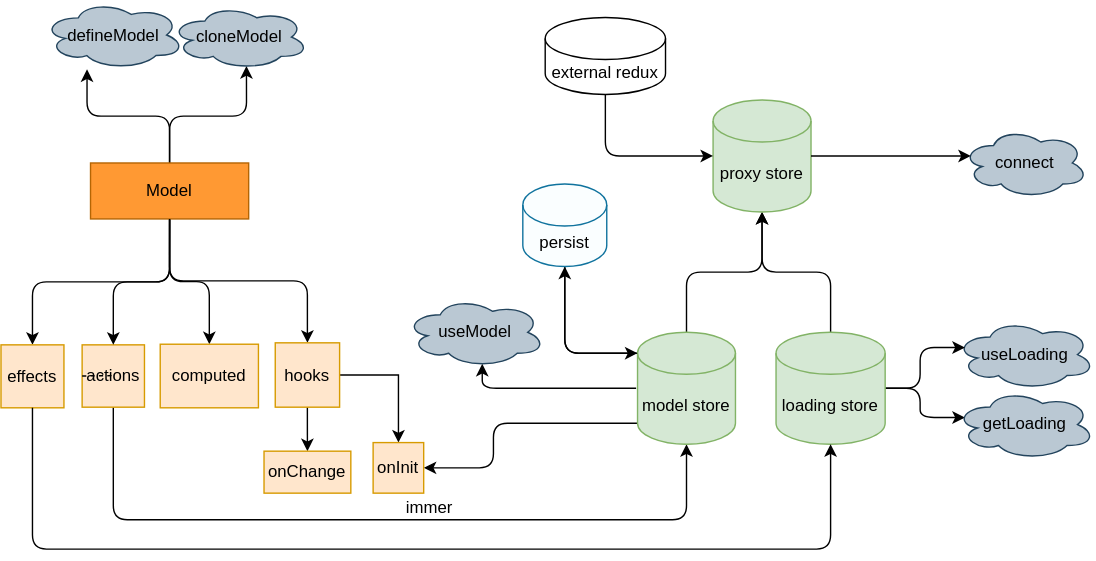
Before: docs/mindMap.svg, a diagram exported from draw.io (foca-js/foca). Source tidied: cells renumbered, new cells last; positions are measured from the earlier drawing's top-left corner, leaving out a move shared by most shapes.
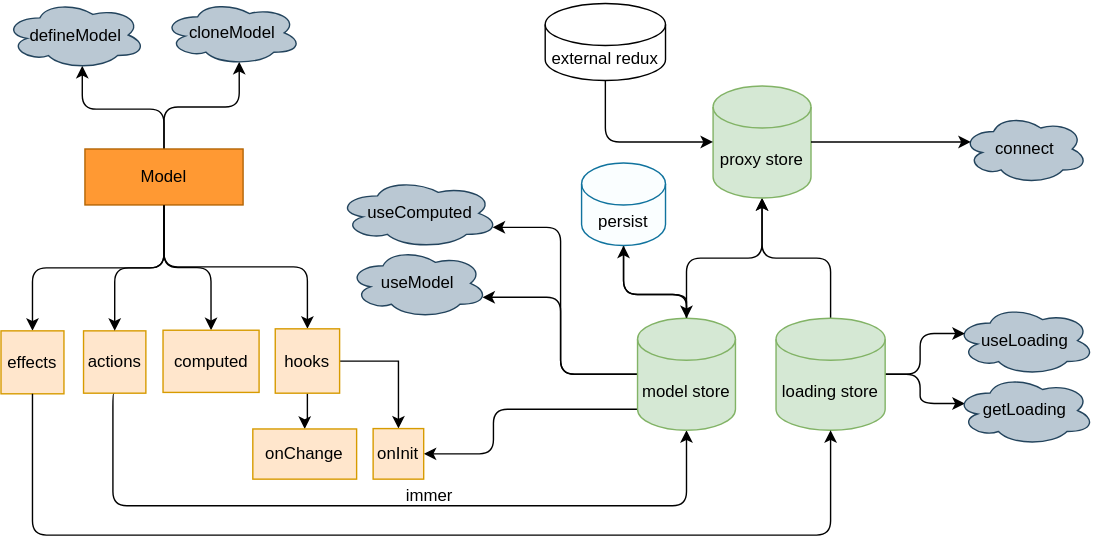
Later version of the same file.

The edit, as a diff of the source:
```diff
@@ -11,12 +11,10 @@
       </mxGeometry>
     </mxCell>
     <mxCell id="3" value="actions" style="whiteSpace=wrap;html=1;fillColor=#ffe6cc;strokeColor=#d79b00;" parent="1" vertex="1">
-      <mxGeometry x="58" y="246" width="44.5" height="44.5" as="geometry" />
+      <mxGeometry x="59" y="246" width="44.5" height="44.5" as="geometry" />
     </mxCell>
-    <mxCell id="4" style="edgeStyle=orthogonalEdgeStyle;rounded=1;jettySize=auto;html=1;exitX=0.5;exitY=0;exitDx=0;exitDy=0;" parent="1" edge="1" source="9">
-      <mxGeometry relative="1" as="geometry">
-        <mxPoint x="61.5" y="49" as="targetPoint" />
-      </mxGeometry>
+    <mxCell id="4" style="edgeStyle=orthogonalEdgeStyle;rounded=1;jettySize=auto;html=1;exitX=0.5;exitY=0;exitDx=0;exitDy=0;entryX=0.55;entryY=0.95;entryDx=0;entryDy=0;entryPerimeter=0;" parent="1" edge="1" source="9" target="32">
+      <mxGeometry relative="1" as="geometry" />
     </mxCell>
     <mxCell id="5" style="edgeStyle=orthogonalEdgeStyle;rounded=1;jettySize=auto;html=1;entryX=0.55;entryY=0.95;entryDx=0;entryDy=0;entryPerimeter=0;" parent="1" edge="1" source="9" target="33">
       <mxGeometry relative="1" as="geometry" />
@@ -31,7 +29,7 @@
       <mxGeometry relative="1" as="geometry" />
     </mxCell>
     <mxCell id="9" value="Model" style="rounded=0;whiteSpace=wrap;html=1;fillColor=#FF9933;strokeColor=#b46504;shadow=0;" parent="1" vertex="1">
-      <mxGeometry x="64" y="116" width="113" height="40" as="geometry" />
+      <mxGeometry x="60" y="116" width="113" height="40" as="geometry" />
     </mxCell>
     <mxCell id="10" value="effects" style="whiteSpace=wrap;html=1;fillColor=#ffe6cc;strokeColor=#d79b00;" parent="1" vertex="1">
       <mxGeometry y="246" width="45" height="45" as="geometry" />
@@ -63,14 +61,6 @@
     <mxCell id="19" value="loading store" style="shape=cylinder3;whiteSpace=wrap;html=1;boundedLbl=1;backgroundOutline=1;size=15;shadow=0;strokeColor=#82b366;fillColor=#d5e8d4;" parent="1" vertex="1">
       <mxGeometry x="554" y="237" width="78" height="80" as="geometry" />
     </mxCell>
-    <mxCell id="20" style="edgeStyle=orthogonalEdgeStyle;rounded=1;jettySize=auto;html=1;entryX=0.55;entryY=0.95;entryDx=0;entryDy=0;entryPerimeter=0;" parent="1" edge="1" target="27">
-      <mxGeometry relative="1" as="geometry">
-        <mxPoint x="454" y="277" as="sourcePoint" />
-        <Array as="points">
-          <mxPoint x="344" y="277" />
-        </Array>
-      </mxGeometry>
-    </mxCell>
     <mxCell id="21" style="edgeStyle=orthogonalEdgeStyle;rounded=1;jettySize=auto;html=1;exitX=0;exitY=1;exitDx=0;exitDy=-15;exitPerimeter=0;entryX=1;entryY=0.5;entryDx=0;entryDy=0;" parent="1" edge="1" source="24" target="30">
       <mxGeometry relative="1" as="geometry">
         <Array as="points">
@@ -79,12 +69,33 @@
         </Array>
       </mxGeometry>
     </mxCell>
-    <mxCell id="22" style="edgeStyle=orthogonalEdgeStyle;rounded=1;jettySize=auto;html=1;entryX=0.5;entryY=1;entryDx=0;entryDy=0;entryPerimeter=0;exitX=0;exitY=0;exitDx=0;exitDy=15;exitPerimeter=0;" parent="1" edge="1" source="24" target="35">
-      <mxGeometry relative="1" as="geometry" />
+    <mxCell id="22" style="edgeStyle=orthogonalEdgeStyle;rounded=1;jettySize=auto;html=1;entryX=0.5;entryY=1;entryDx=0;entryDy=0;entryPerimeter=0;exitX=0.5;exitY=0;exitDx=0;exitDy=0;exitPerimeter=0;" parent="1" edge="1" source="24" target="35">
+      <mxGeometry relative="1" as="geometry">
+        <Array as="points">
+          <mxPoint x="490" y="220" />
+          <mxPoint x="445" y="220" />
+        </Array>
+      </mxGeometry>
     </mxCell>
     <mxCell id="23" style="edgeStyle=orthogonalEdgeStyle;rounded=1;jettySize=auto;html=1;" parent="1" edge="1" source="24" target="25">
       <mxGeometry relative="1" as="geometry" />
     </mxCell>
+    <mxCell id="42" style="edgeStyle=orthogonalEdgeStyle;rounded=1;jettySize=auto;html=1;entryX=0.96;entryY=0.7;entryDx=0;entryDy=0;entryPerimeter=0;" parent="1" edge="1" source="24" target="27">
+      <mxGeometry relative="1" as="geometry">
+        <Array as="points">
+          <mxPoint x="400" y="277" />
+          <mxPoint x="400" y="222" />
+        </Array>
+      </mxGeometry>
+    </mxCell>
+    <mxCell id="43" style="edgeStyle=orthogonalEdgeStyle;rounded=1;jettySize=auto;html=1;entryX=0.96;entryY=0.7;entryDx=0;entryDy=0;entryPerimeter=0;" parent="1" edge="1" source="24" target="44">
+      <mxGeometry relative="1" as="geometry">
+        <Array as="points">
+          <mxPoint x="400" y="277" />
+          <mxPoint x="400" y="172" />
+        </Array>
+      </mxGeometry>
+    </mxCell>
     <mxCell id="24" value="model store" style="shape=cylinder3;whiteSpace=wrap;html=1;boundedLbl=1;backgroundOutline=1;size=15;shadow=0;strokeColor=#82b366;fillColor=#d5e8d4;" parent="1" vertex="1">
       <mxGeometry x="455" y="237" width="70" height="80" as="geometry" />
     </mxCell>
@@ -95,7 +106,7 @@
       <mxGeometry x="682" y="277.9" width="100" height="50" as="geometry" />
     </mxCell>
     <mxCell id="27" value="useModel" style="ellipse;shape=cloud;whiteSpace=wrap;html=1;shadow=0;strokeColor=#23445d;fillColor=#bac8d3;" parent="1" vertex="1">
-      <mxGeometry x="289" y="212" width="100" height="50" as="geometry" />
+      <mxGeometry x="248.1" y="187" width="100" height="50" as="geometry" />
     </mxCell>
     <mxCell id="28" style="edgeStyle=elbowEdgeStyle;elbow=horizontal;endArrow=classic;html=1;rounded=1;exitX=0.5;exitY=1;exitDx=0;exitDy=0;entryX=0.5;entryY=1;entryDx=0;entryDy=0;entryPerimeter=0;" parent="1" edge="1" source="10" target="19">
       <mxGeometry relative="1" as="geometry">
@@ -110,22 +121,22 @@
     <mxCell id="30" value="onInit" style="whiteSpace=wrap;html=1;fillColor=#ffe6cc;strokeColor=#d79b00;" parent="1" vertex="1">
       <mxGeometry x="266" y="315.9" width="36.1" height="36.1" as="geometry" />
     </mxCell>
-    <mxCell id="31" style="endArrow=none;dashed=1;html=1;rounded=0;fontSize=16;entryX=0;entryY=0.5;entryDx=0;entryDy=0;" parent="1" edge="1" target="3">
-      <mxGeometry relative="1" as="geometry">
-        <mxPoint x="79" y="268" as="sourcePoint" />
-      </mxGeometry>
-    </mxCell>
     <mxCell id="32" value="defineModel" style="ellipse;shape=cloud;whiteSpace=wrap;html=1;fillColor=#bac8d3;rounded=0;shadow=0;strokeColor=#23445d;" parent="1" vertex="1">
-      <mxGeometry x="30" width="101" height="49" as="geometry" />
+      <mxGeometry x="2.6" y="10" width="101" height="49" as="geometry" />
     </mxCell>
     <mxCell id="33" value="cloneModel" style="ellipse;shape=cloud;whiteSpace=wrap;html=1;fillColor=#bac8d3;strokeColor=#23445d;" parent="1" vertex="1">
-      <mxGeometry x="121" y="3" width="99" height="46" as="geometry" />
+      <mxGeometry x="115.8" y="10" width="99" height="46" as="geometry" />
     </mxCell>
-    <mxCell id="34" style="edgeStyle=orthogonalEdgeStyle;rounded=1;jettySize=auto;html=1;exitX=0.5;exitY=1;exitDx=0;exitDy=0;exitPerimeter=0;entryX=0;entryY=0;entryDx=0;entryDy=15;entryPerimeter=0;" parent="1" edge="1" source="35" target="24">
-      <mxGeometry relative="1" as="geometry" />
+    <mxCell id="34" style="edgeStyle=orthogonalEdgeStyle;rounded=1;jettySize=auto;html=1;exitX=0.5;exitY=1;exitDx=0;exitDy=0;exitPerimeter=0;entryX=0.5;entryY=0;entryDx=0;entryDy=0;entryPerimeter=0;" parent="1" edge="1" source="35" target="24">
+      <mxGeometry relative="1" as="geometry">
+        <Array as="points">
+          <mxPoint x="445" y="220" />
+          <mxPoint x="490" y="220" />
+        </Array>
+      </mxGeometry>
     </mxCell>
     <mxCell id="35" value="persist" style="shape=cylinder3;whiteSpace=wrap;html=1;boundedLbl=1;backgroundOutline=1;size=15;fillColor=#FAFEFF;strokeColor=#10739e;sketch=0;" parent="1" vertex="1">
-      <mxGeometry x="373" y="131" width="60" height="59" as="geometry" />
+      <mxGeometry x="415" y="126" width="60" height="59" as="geometry" />
     </mxCell>
     <mxCell id="36" style="edgeStyle=orthogonalEdgeStyle;rounded=1;jettySize=auto;html=1;entryX=0;entryY=0.5;entryDx=0;entryDy=0;entryPerimeter=0;exitX=0.5;exitY=1;exitDx=0;exitDy=0;exitPerimeter=0;" parent="1" edge="1" source="37" target="25">
       <mxGeometry relative="1" as="geometry" />
@@ -134,16 +145,19 @@
       <mxGeometry x="389" y="12" width="86" height="55" as="geometry" />
     </mxCell>
     <mxCell id="38" value="immer" style="text;strokeColor=none;fillColor=none;html=1;fontSize=12;fontStyle=0;verticalAlign=middle;align=center;sketch=0;opacity=40;rotation=0;" parent="1" vertex="1">
-      <mxGeometry x="266" y="352" width="80" height="22" as="geometry" />
+      <mxGeometry x="266" y="353" width="80" height="22" as="geometry" />
     </mxCell>
     <mxCell id="39" value="&lt;span&gt;onChange&lt;/span&gt;" style="whiteSpace=wrap;html=1;fillColor=#ffe6cc;strokeColor=#d79b00;" parent="1" vertex="1">
-      <mxGeometry x="188" y="322" width="62" height="30" as="geometry" />
+      <mxGeometry x="180" y="316.1" width="74.2" height="35.9" as="geometry" />
     </mxCell>
     <mxCell id="40" style="edgeStyle=orthogonalEdgeStyle;rounded=1;jettySize=auto;html=1;exitX=0.5;exitY=1;exitDx=0;exitDy=0;entryX=0.5;entryY=0;entryDx=0;entryDy=0;" parent="1" edge="1" source="9" target="41">
       <mxGeometry relative="1" as="geometry" />
     </mxCell>
     <mxCell id="41" value="computed&lt;br&gt;" style="whiteSpace=wrap;html=1;fillColor=#ffe6cc;strokeColor=#d79b00;" parent="1" vertex="1">
-      <mxGeometry x="113.8" y="245.5" width="70.2" height="45.5" as="geometry" />
+      <mxGeometry x="115.8" y="245.5" width="68.7" height="44.5" as="geometry" />
     </mxCell>
+    <mxCell id="44" value="&amp;nbsp;useComputed" style="ellipse;shape=cloud;whiteSpace=wrap;html=1;shadow=0;strokeColor=#23445d;fillColor=#bac8d3;" parent="1" vertex="1">
+      <mxGeometry x="240.2" y="137" width="115.8" height="50" as="geometry" />
+    </mxCell>
   </root>
 </mxGraphModel>
```
